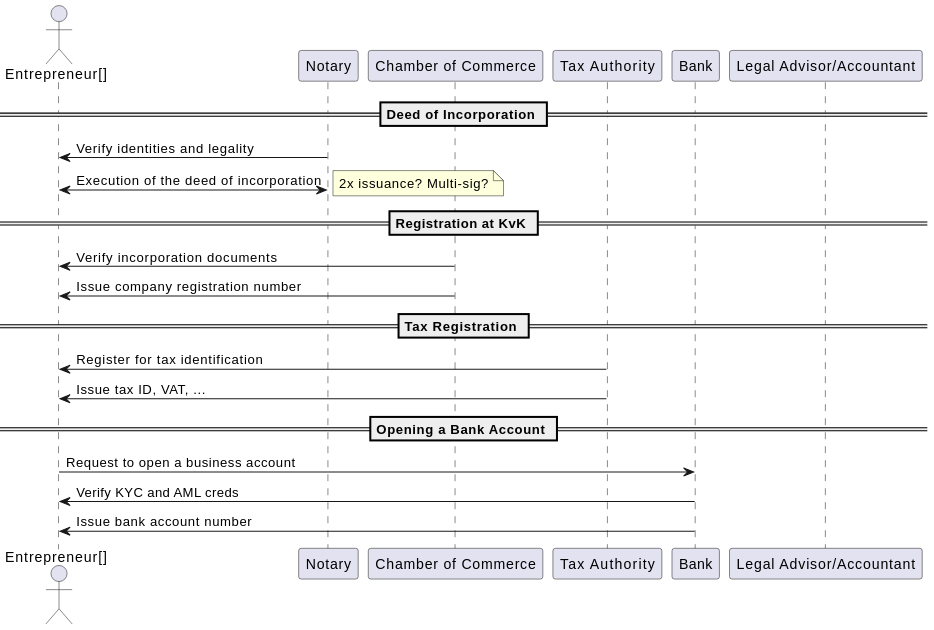
The PlantUML diagram public/assets/use-case-sequence.svg in FIDEScommunity/CompanyPassport, before a commit. The source it was exported from:
```plantuml
@startuml
scale max 450 height
skinparam backgroundColor transparent

actor Actor as "Entrepreneur[]"
participant Notary as "Notary"
participant KvK as "Chamber of Commerce"
participant TaxAuthority as "Tax Authority"
participant Bank as "Bank"
participant LegalAdvisor as "Legal Advisor/Accountant"

== Deed of Incorporation ==
Notary -> Actor: Verify identities and legality
Actor <-> Notary: Execution of the deed of incorporation
note right
    2x issuance? Multi-sig?
end note
== Registration at KvK ==
KvK -> Actor: Verify incorporation documents
KvK -> Actor: Issue company registration number

== Tax Registration ==
TaxAuthority -> Actor: Register for tax identification
TaxAuthority -> Actor: Issue tax ID, VAT, ...

== Opening a Bank Account ==
Actor -> Bank: Request to open a business account
Bank -> Actor: Verify KYC and AML creds
Bank -> Actor: Issue bank account number
@enduml
```
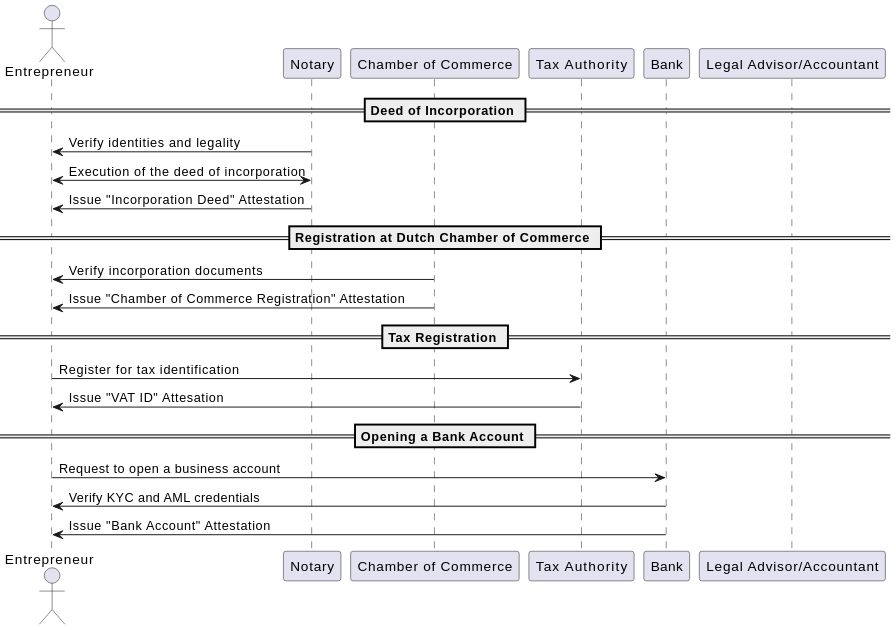
The same diagram one commit later.

Change to the diagram source:
```diff
@@ -2,7 +2,7 @@
 scale max 450 height
 skinparam backgroundColor transparent
 
-actor Actor as "Entrepreneur[]"
+actor Actor as "Entrepreneur"
 participant Notary as "Notary"
 participant KvK as "Chamber of Commerce"
 participant TaxAuthority as "Tax Authority"
@@ -12,19 +12,17 @@
 == Deed of Incorporation ==
 Notary -> Actor: Verify identities and legality
 Actor <-> Notary: Execution of the deed of incorporation
-note right
-    2x issuance? Multi-sig?
-end note
-== Registration at KvK ==
+Notary -> Actor: Issue "Incorporation Deed" Attestation
+== Registration at Dutch Chamber of Commerce ==
 KvK -> Actor: Verify incorporation documents
-KvK -> Actor: Issue company registration number
+KvK -> Actor: Issue "Chamber of Commerce Registration" Attestation
 
 == Tax Registration ==
-TaxAuthority -> Actor: Register for tax identification
-TaxAuthority -> Actor: Issue tax ID, VAT, ...
+Actor -> TaxAuthority: Register for tax identification
+TaxAuthority -> Actor: Issue "VAT ID" Attesation
 
 == Opening a Bank Account ==
 Actor -> Bank: Request to open a business account
-Bank -> Actor: Verify KYC and AML creds
-Bank -> Actor: Issue bank account number
+Bank -> Actor: Verify KYC and AML credentials
+Bank -> Actor: Issue "Bank Account" Attestation
 @enduml
```
